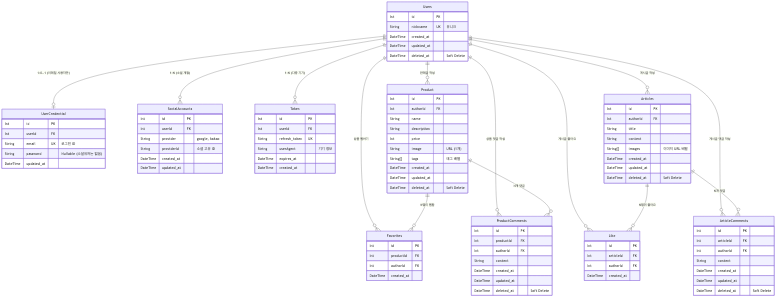
GeonSoon1/6-sprint-mission keeps this Mermaid diagram as sprint-mission-7/erd.png. Above is the earlier version. Its source is kept beside it as sprint-mission-7/erd.mmd.
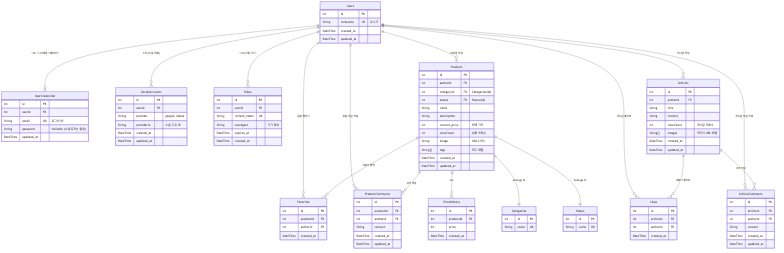
Above is the later version.

Commit message:
Update schema/ERD: add products category/status and price history

What changed in the source:
```diff
@@ -5,7 +5,6 @@
         String nickname UK "유니크"
         DateTime created_at
         DateTime updated_at
-        DateTime deleted_at "Soft Delete"
     }
 
     UserCredential {
@@ -34,17 +33,36 @@
         DateTime created_at
     }
 
-    Product {
+    Products {
         Int id PK
         Int authorId FK
+        Int categoryId FK "Categories(id)"
+        Int status FK "Status(id)"
         String name
         String description
-        Int price
+        Int current_price "현재 가격"
+        Int viewCount "상품 조회수"
         String image "URL (1개)"
         String[] tags "태그 배열"
         DateTime created_at
         DateTime updated_at
-        DateTime deleted_at "Soft Delete"
+    }
+
+    PriceHistory{
+        Int id PK
+        Int productId FK
+        Int price
+        DateTime created_at
+    }
+
+    Categories {
+        Int id PK
+        String name UK
+    }
+
+    Status {
+        Int id PK
+        String name UK
     }
 
     Favorites {
@@ -61,7 +79,6 @@
         String content
         DateTime created_at
         DateTime updated_at
-        DateTime deleted_at "Soft Delete"
     }
 
     Articles {
@@ -69,13 +86,13 @@
         Int authorId FK
         String title
         String content
+        Int viewCount "게시글 조회수"
         String[] images "이미지 URL 배열"
         DateTime created_at
         DateTime updated_at
-        DateTime deleted_at "Soft Delete"
     }
 
-    Like {
+    Likes{
         Int id PK
         Int articleId FK
         Int authorId FK
@@ -89,19 +106,24 @@
         String content
         DateTime created_at
         DateTime updated_at
-        DateTime deleted_at "Soft Delete"
     }
 
     Users ||--o| UserCredential : "1:0..1 (이메일 사용자만)"
     Users ||--o{ SocialAccounts : "1:N (소셜 계정)"
     Users ||--o{ Token : "1:N (다중 기기)"
-    Users ||--o{ Product : "판매글 작성"
+
+    Users ||--o{ Products : "판매글 작성"
     Users ||--o{ ProductComments : "상품 댓글 작성"
     Users ||--o{ Favorites : "상품 찜하기"
     Users ||--o{ Articles : "게시글 작성"
     Users ||--o{ ArticleComments : "게시글 댓글 작성"
-    Users ||--o{ Like : "게시글 좋아요"
-    Product ||--o{ Favorites : "N명이 찜함"
-    Product ||--o{ ProductComments : "N개 댓글"
-    Articles ||--o{ Like : "N명이 좋아요"
+    Users ||--o{ Likes : "게시글 좋아요"
+
+    Products ||--o{ Favorites : "N명이 찜함"
+    Products ||--o{ ProductComments : "N개 댓글"
+    Products ||--o{ PriceHistory : "has"
+    Products ||--|| Categories : "belongs to"
+    Products ||--|| Status : "belongs to"
+
+    Articles ||--o{ Likes : "N명이 좋아요"
     Articles ||--o{ ArticleComments : "N개 댓글"
```
